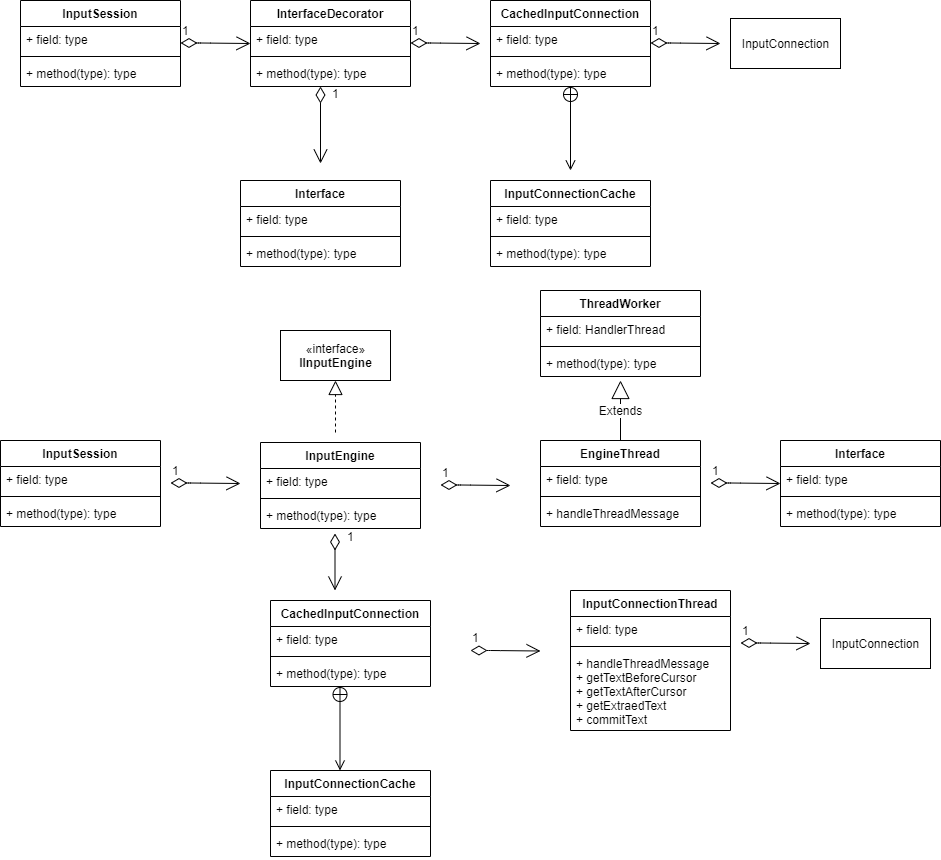
The draw.io diagram input/foreign-input-improve.png in chonglv/charts, before a commit. Source tidied: cells renumbered, new cells last; positions are measured from the earlier drawing's top-left corner, leaving out a move shared by most shapes.
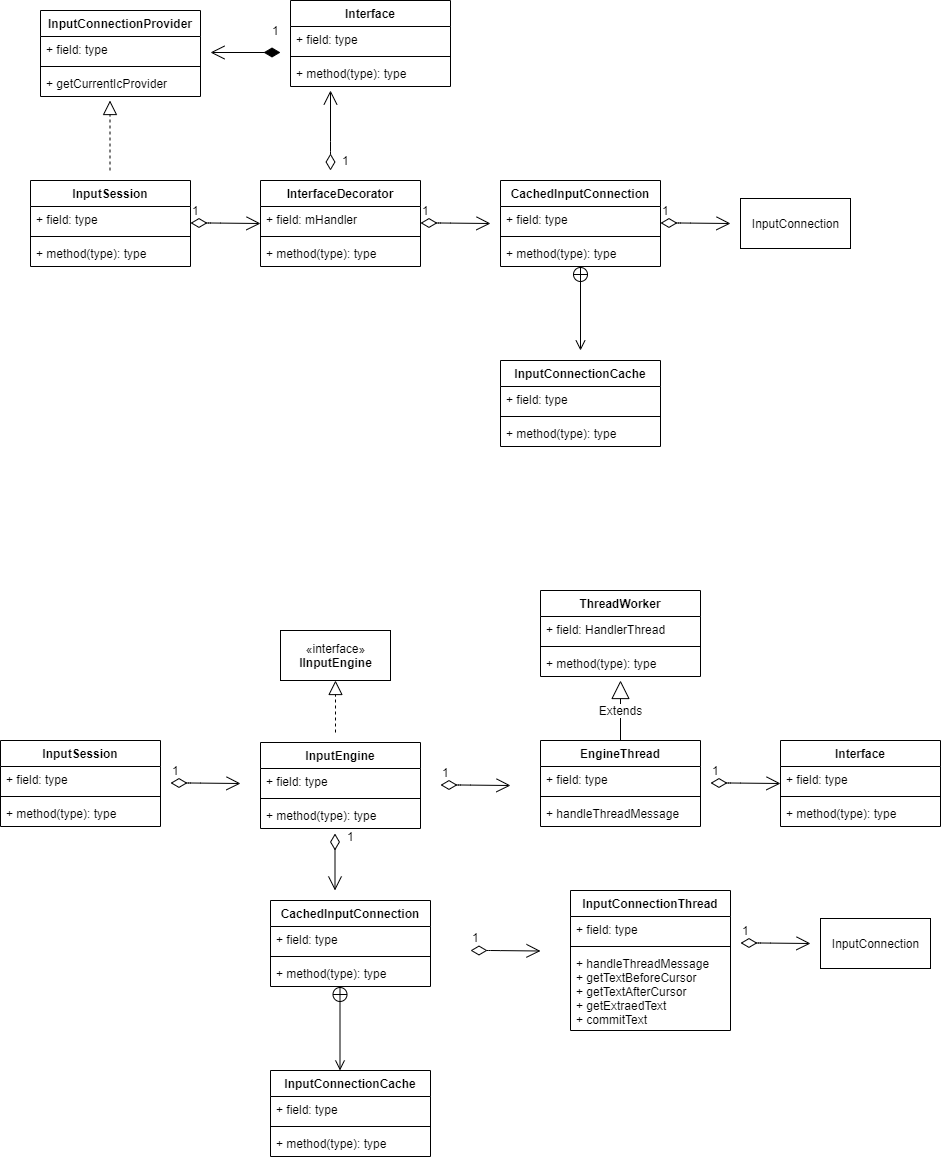
Above is the later version.

What changed in the source:
```diff
@@ -3,7 +3,7 @@
     <mxCell id="0" />
     <mxCell id="1" parent="0" />
     <mxCell id="2" value="InputSession" style="swimlane;fontStyle=1;align=center;verticalAlign=top;horizontal=1;startSize=26;" parent="1" vertex="1">
-      <mxGeometry x="20" width="160" height="86" as="geometry" />
+      <mxGeometry x="30" y="-120" width="160" height="86" as="geometry" />
     </mxCell>
     <mxCell id="3" value="+ field: type" style="text;strokeColor=none;fillColor=none;align=left;verticalAlign=top;spacingLeft=4;spacingRight=4;overflow=hidden;" parent="2" vertex="1">
       <mxGeometry y="26" width="160" height="26" as="geometry" />
@@ -15,9 +15,9 @@
       <mxGeometry y="60" width="160" height="26" as="geometry" />
     </mxCell>
     <mxCell id="6" value="InterfaceDecorator" style="swimlane;fontStyle=1;align=center;verticalAlign=top;horizontal=1;startSize=26;" parent="1" vertex="1">
-      <mxGeometry x="250" width="160" height="86" as="geometry" />
+      <mxGeometry x="260" y="-120" width="160" height="86" as="geometry" />
     </mxCell>
-    <mxCell id="7" value="+ field: type" style="text;strokeColor=none;fillColor=none;align=left;verticalAlign=top;spacingLeft=4;spacingRight=4;overflow=hidden;" parent="6" vertex="1">
+    <mxCell id="7" value="+ field: mHandler" style="text;strokeColor=none;fillColor=none;align=left;verticalAlign=top;spacingLeft=4;spacingRight=4;overflow=hidden;" parent="6" vertex="1">
       <mxGeometry y="26" width="160" height="26" as="geometry" />
     </mxCell>
     <mxCell id="8" style="line;strokeWidth=1;fillColor=none;align=left;verticalAlign=middle;spacingTop=-1;spacingLeft=3;spacingRight=3;labelPosition=right;" parent="6" vertex="1">
@@ -27,7 +27,7 @@
       <mxGeometry y="60" width="160" height="26" as="geometry" />
     </mxCell>
     <mxCell id="10" value="CachedInputConnection" style="swimlane;fontStyle=1;align=center;verticalAlign=top;horizontal=1;startSize=26;" parent="1" vertex="1">
-      <mxGeometry x="490" width="160" height="86" as="geometry" />
+      <mxGeometry x="500" y="-120" width="160" height="86" as="geometry" />
     </mxCell>
     <mxCell id="11" value="+ field: type" style="text;strokeColor=none;fillColor=none;align=left;verticalAlign=top;spacingLeft=4;spacingRight=4;overflow=hidden;" parent="10" vertex="1">
       <mxGeometry y="26" width="160" height="26" as="geometry" />
@@ -39,7 +39,7 @@
       <mxGeometry y="60" width="160" height="26" as="geometry" />
     </mxCell>
     <mxCell id="14" value="InputConnectionCache" style="swimlane;fontStyle=1;align=center;verticalAlign=top;horizontal=1;startSize=26;" parent="1" vertex="1">
-      <mxGeometry x="490" y="180" width="160" height="86" as="geometry" />
+      <mxGeometry x="500" y="60" width="160" height="86" as="geometry" />
     </mxCell>
     <mxCell id="15" value="+ field: type" style="text;strokeColor=none;fillColor=none;align=left;verticalAlign=top;spacingLeft=4;spacingRight=4;overflow=hidden;" parent="14" vertex="1">
       <mxGeometry y="26" width="160" height="26" as="geometry" />
@@ -52,21 +52,21 @@
     </mxCell>
     <mxCell id="18" value="1" style="endArrow=open;html=1;endSize=12;startArrow=diamondThin;startSize=14;startFill=0;edgeStyle=orthogonalEdgeStyle;align=left;verticalAlign=bottom;" parent="1" edge="1">
       <mxGeometry x="-1" y="3" relative="1" as="geometry">
-        <mxPoint x="180" y="42.5" as="sourcePoint" />
-        <mxPoint x="250" y="43" as="targetPoint" />
+        <mxPoint x="190" y="-77.5" as="sourcePoint" />
+        <mxPoint x="260" y="-77" as="targetPoint" />
         <Array as="points">
-          <mxPoint x="200" y="43" />
-          <mxPoint x="200" y="43" />
+          <mxPoint x="210" y="-77" />
+          <mxPoint x="210" y="-77" />
         </Array>
       </mxGeometry>
     </mxCell>
     <mxCell id="19" value="1" style="endArrow=open;html=1;endSize=12;startArrow=diamondThin;startSize=14;startFill=0;edgeStyle=orthogonalEdgeStyle;align=left;verticalAlign=bottom;" parent="1" edge="1">
       <mxGeometry x="-1" y="3" relative="1" as="geometry">
-        <mxPoint x="410" y="42.5" as="sourcePoint" />
-        <mxPoint x="480" y="43" as="targetPoint" />
+        <mxPoint x="420" y="-77.5" as="sourcePoint" />
+        <mxPoint x="490" y="-77" as="targetPoint" />
         <Array as="points">
-          <mxPoint x="430" y="43" />
-          <mxPoint x="430" y="43" />
+          <mxPoint x="440" y="-77" />
+          <mxPoint x="440" y="-77" />
         </Array>
       </mxGeometry>
     </mxCell>
@@ -83,7 +83,7 @@
       <mxGeometry y="60" width="160" height="26" as="geometry" />
     </mxCell>
     <mxCell id="24" value="Interface" style="swimlane;fontStyle=1;align=center;verticalAlign=top;horizontal=1;startSize=26;" parent="1" vertex="1">
-      <mxGeometry x="240" y="180" width="160" height="86" as="geometry" />
+      <mxGeometry x="290" y="-300" width="160" height="86" as="geometry" />
     </mxCell>
     <mxCell id="25" value="+ field: type" style="text;strokeColor=none;fillColor=none;align=left;verticalAlign=top;spacingLeft=4;spacingRight=4;overflow=hidden;" parent="24" vertex="1">
       <mxGeometry y="26" width="160" height="26" as="geometry" />
@@ -94,15 +94,6 @@
     <mxCell id="27" value="+ method(type): type" style="text;strokeColor=none;fillColor=none;align=left;verticalAlign=top;spacingLeft=4;spacingRight=4;overflow=hidden;" parent="24" vertex="1">
       <mxGeometry y="60" width="160" height="26" as="geometry" />
     </mxCell>
-    <mxCell id="28" value="1" style="endArrow=open;html=1;endSize=12;startArrow=diamondThin;startSize=14;startFill=0;edgeStyle=orthogonalEdgeStyle;align=left;verticalAlign=bottom;" parent="1" edge="1">
-      <mxGeometry x="-0.56" y="10" relative="1" as="geometry">
-        <mxPoint x="320" y="86" as="sourcePoint" />
-        <mxPoint x="320" y="163" as="targetPoint" />
-        <Array as="points">
-          <mxPoint x="319.5" y="163" />
-        </Array>
-      </mxGeometry>
-    </mxCell>
     <mxCell id="29" value="InputEngine" style="swimlane;fontStyle=1;align=center;verticalAlign=top;horizontal=1;startSize=26;" parent="1" vertex="1">
       <mxGeometry x="260" y="442" width="160" height="86" as="geometry" />
     </mxCell>
@@ -149,8 +140,8 @@
     </mxCell>
     <mxCell id="43" style="endArrow=open;startArrow=circlePlus;endFill=0;startFill=0;endSize=8;html=1;" parent="1" edge="1">
       <mxGeometry relative="1" as="geometry">
-        <mxPoint x="570" y="86" as="sourcePoint" />
-        <mxPoint x="570" y="170" as="targetPoint" />
+        <mxPoint x="580" y="-34" as="sourcePoint" />
+        <mxPoint x="580" y="50" as="targetPoint" />
       </mxGeometry>
     </mxCell>
     <mxCell id="44" value="Extends" style="endArrow=block;endSize=16;endFill=0;html=1;" parent="1" edge="1">
@@ -264,15 +255,15 @@
       </mxGeometry>
     </mxCell>
     <mxCell id="67" value="InputConnection" style="html=1;" parent="1" vertex="1">
-      <mxGeometry x="730" y="18" width="110" height="50" as="geometry" />
+      <mxGeometry x="740" y="-102" width="110" height="50" as="geometry" />
     </mxCell>
     <mxCell id="68" value="1" style="endArrow=open;html=1;endSize=12;startArrow=diamondThin;startSize=14;startFill=0;edgeStyle=orthogonalEdgeStyle;align=left;verticalAlign=bottom;" parent="1" edge="1">
       <mxGeometry x="-1" y="3" relative="1" as="geometry">
-        <mxPoint x="650" y="42.5" as="sourcePoint" />
-        <mxPoint x="720" y="43" as="targetPoint" />
+        <mxPoint x="660" y="-77.5" as="sourcePoint" />
+        <mxPoint x="730" y="-77" as="targetPoint" />
         <Array as="points">
-          <mxPoint x="670" y="43" />
-          <mxPoint x="670" y="43" />
+          <mxPoint x="680" y="-77" />
+          <mxPoint x="680" y="-77" />
         </Array>
       </mxGeometry>
     </mxCell>
@@ -289,5 +280,39 @@
         </Array>
       </mxGeometry>
     </mxCell>
+    <mxCell id="28" value="1" style="endArrow=open;html=1;endSize=12;startArrow=diamondThin;startSize=14;startFill=0;edgeStyle=orthogonalEdgeStyle;align=left;verticalAlign=bottom;" parent="1" edge="1">
+      <mxGeometry x="-1" y="-10" relative="1" as="geometry">
+        <mxPoint x="330" y="-130" as="sourcePoint" />
+        <mxPoint x="330" y="-210" as="targetPoint" />
+        <Array as="points">
+          <mxPoint x="330" y="-149" />
+          <mxPoint x="330" y="-149" />
+        </Array>
+      </mxGeometry>
+    </mxCell>
+    <mxCell id="71" value="InputConnectionProvider" style="swimlane;fontStyle=1;align=center;verticalAlign=top;horizontal=1;startSize=26;" parent="1" vertex="1">
+      <mxGeometry x="40" y="-290" width="160" height="86" as="geometry" />
+    </mxCell>
+    <mxCell id="72" value="+ field: type" style="text;strokeColor=none;fillColor=none;align=left;verticalAlign=top;spacingLeft=4;spacingRight=4;overflow=hidden;" parent="71" vertex="1">
+      <mxGeometry y="26" width="160" height="26" as="geometry" />
+    </mxCell>
+    <mxCell id="73" style="line;strokeWidth=1;fillColor=none;align=left;verticalAlign=middle;spacingTop=-1;spacingLeft=3;spacingRight=3;labelPosition=right;" parent="71" vertex="1">
+      <mxGeometry y="52" width="160" height="8" as="geometry" />
+    </mxCell>
+    <mxCell id="74" value="+ getCurrentIcProvider" style="text;strokeColor=none;fillColor=none;align=left;verticalAlign=top;spacingLeft=4;spacingRight=4;overflow=hidden;" parent="71" vertex="1">
+      <mxGeometry y="60" width="160" height="26" as="geometry" />
+    </mxCell>
+    <mxCell id="75" style="endArrow=block;dashed=1;endFill=0;endSize=12;html=1;" parent="1" edge="1">
+      <mxGeometry relative="1" as="geometry">
+        <mxPoint x="109.5" y="-130" as="sourcePoint" />
+        <mxPoint x="109.5" y="-200" as="targetPoint" />
+      </mxGeometry>
+    </mxCell>
+    <mxCell id="76" value="1" style="endArrow=open;html=1;endSize=12;startArrow=diamondThin;startSize=14;startFill=1;edgeStyle=orthogonalEdgeStyle;align=left;verticalAlign=bottom;" parent="1" edge="1">
+      <mxGeometry x="-0.71" y="-12" relative="1" as="geometry">
+        <mxPoint x="280" y="-248" as="sourcePoint" />
+        <mxPoint x="210" y="-248" as="targetPoint" />
+      </mxGeometry>
+    </mxCell>
   </root>
 </mxGraphModel>
```
